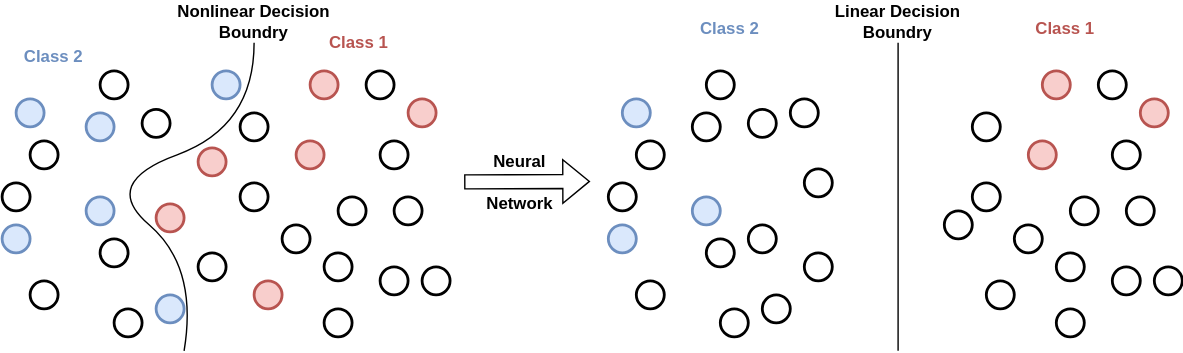
yyhtbs-yye/course_images keeps this draw.io diagram as semi_super_nonlinear_generative_model.svg. Above is the earlier version. Source tidied: cells renumbered, new cells last; positions are measured from the earlier drawing's top-left corner, leaving out a move shared by most shapes. The source it was exported from:
```xml
<mxGraphModel>
  <root>
    <mxCell id="0" />
    <mxCell id="1" parent="0" />
    <mxCell id="2" style="ellipse;whiteSpace=wrap;html=1;fillColor=#dae8fc;strokeColor=#6c8ebf;strokeWidth=2;" parent="1" vertex="1">
      <mxGeometry x="10" y="70" width="20" height="20" as="geometry" />
    </mxCell>
    <mxCell id="3" style="ellipse;whiteSpace=wrap;html=1;strokeWidth=2;fillColor=#dae8fc;strokeColor=#6c8ebf;" parent="1" vertex="1">
      <mxGeometry x="60" y="80" width="20" height="20" as="geometry" />
    </mxCell>
    <mxCell id="4" style="ellipse;whiteSpace=wrap;html=1;strokeWidth=2;" parent="1" vertex="1">
      <mxGeometry y="130" width="20" height="20" as="geometry" />
    </mxCell>
    <mxCell id="5" style="ellipse;whiteSpace=wrap;html=1;fillColor=#dae8fc;strokeColor=#6c8ebf;strokeWidth=2;" parent="1" vertex="1">
      <mxGeometry x="60" y="140" width="20" height="20" as="geometry" />
    </mxCell>
    <mxCell id="6" style="ellipse;whiteSpace=wrap;html=1;strokeWidth=2;" parent="1" vertex="1">
      <mxGeometry x="100" y="77.5" width="20" height="20" as="geometry" />
    </mxCell>
    <mxCell id="7" style="ellipse;whiteSpace=wrap;html=1;fillColor=#dae8fc;strokeColor=#6c8ebf;strokeWidth=2;" parent="1" vertex="1">
      <mxGeometry y="160" width="20" height="20" as="geometry" />
    </mxCell>
    <mxCell id="8" style="ellipse;whiteSpace=wrap;html=1;strokeWidth=2;" parent="1" vertex="1">
      <mxGeometry x="70" y="170" width="20" height="20" as="geometry" />
    </mxCell>
    <mxCell id="9" style="ellipse;whiteSpace=wrap;html=1;strokeWidth=2;fillColor=#f8cecc;strokeColor=#b85450;" parent="1" vertex="1">
      <mxGeometry x="110" y="145" width="20" height="20" as="geometry" />
    </mxCell>
    <mxCell id="10" style="ellipse;whiteSpace=wrap;html=1;strokeWidth=2;" parent="1" vertex="1">
      <mxGeometry x="140" y="180" width="20" height="20" as="geometry" />
    </mxCell>
    <mxCell id="11" style="ellipse;whiteSpace=wrap;html=1;strokeWidth=2;" parent="1" vertex="1">
      <mxGeometry x="20" y="200" width="20" height="20" as="geometry" />
    </mxCell>
    <mxCell id="12" style="ellipse;whiteSpace=wrap;html=1;strokeWidth=2;" parent="1" vertex="1">
      <mxGeometry x="80" y="220" width="20" height="20" as="geometry" />
    </mxCell>
    <mxCell id="13" style="ellipse;whiteSpace=wrap;html=1;strokeWidth=2;fillColor=#dae8fc;strokeColor=#6c8ebf;" parent="1" vertex="1">
      <mxGeometry x="110" y="210" width="20" height="20" as="geometry" />
    </mxCell>
    <mxCell id="14" style="ellipse;whiteSpace=wrap;html=1;strokeWidth=2;fillColor=#dae8fc;strokeColor=#6c8ebf;" parent="1" vertex="1">
      <mxGeometry x="150" y="50" width="20" height="20" as="geometry" />
    </mxCell>
    <mxCell id="15" style="ellipse;whiteSpace=wrap;html=1;strokeWidth=2;" parent="1" vertex="1">
      <mxGeometry x="70" y="50" width="20" height="20" as="geometry" />
    </mxCell>
    <mxCell id="16" style="ellipse;whiteSpace=wrap;html=1;strokeWidth=2;" parent="1" vertex="1">
      <mxGeometry x="20" y="100" width="20" height="20" as="geometry" />
    </mxCell>
    <mxCell id="17" style="ellipse;whiteSpace=wrap;html=1;strokeWidth=2;" parent="1" vertex="1">
      <mxGeometry x="170" y="80" width="20" height="20" as="geometry" />
    </mxCell>
    <mxCell id="18" style="ellipse;whiteSpace=wrap;html=1;fillColor=#f8cecc;strokeColor=#b85450;strokeWidth=2;" parent="1" vertex="1">
      <mxGeometry x="220" y="50" width="20" height="20" as="geometry" />
    </mxCell>
    <mxCell id="19" style="ellipse;whiteSpace=wrap;html=1;strokeWidth=2;" parent="1" vertex="1">
      <mxGeometry x="170" y="130" width="20" height="20" as="geometry" />
    </mxCell>
    <mxCell id="20" style="ellipse;whiteSpace=wrap;html=1;strokeWidth=2;" parent="1" vertex="1">
      <mxGeometry x="240" y="140" width="20" height="20" as="geometry" />
    </mxCell>
    <mxCell id="21" style="ellipse;whiteSpace=wrap;html=1;strokeWidth=2;" parent="1" vertex="1">
      <mxGeometry x="270" y="100" width="20" height="20" as="geometry" />
    </mxCell>
    <mxCell id="22" style="ellipse;whiteSpace=wrap;html=1;strokeWidth=2;" parent="1" vertex="1">
      <mxGeometry x="280" y="140" width="20" height="20" as="geometry" />
    </mxCell>
    <mxCell id="23" style="ellipse;whiteSpace=wrap;html=1;strokeWidth=2;fillColor=#f8cecc;strokeColor=#b85450;" parent="1" vertex="1">
      <mxGeometry x="140" y="105" width="20" height="20" as="geometry" />
    </mxCell>
    <mxCell id="24" style="ellipse;whiteSpace=wrap;html=1;strokeWidth=2;fillColor=#f8cecc;strokeColor=#b85450;" parent="1" vertex="1">
      <mxGeometry x="180" y="200" width="20" height="20" as="geometry" />
    </mxCell>
    <mxCell id="25" style="ellipse;whiteSpace=wrap;html=1;strokeWidth=2;" parent="1" vertex="1">
      <mxGeometry x="230" y="180" width="20" height="20" as="geometry" />
    </mxCell>
    <mxCell id="26" style="ellipse;whiteSpace=wrap;html=1;strokeWidth=2;" parent="1" vertex="1">
      <mxGeometry x="300" y="190" width="20" height="20" as="geometry" />
    </mxCell>
    <mxCell id="27" style="ellipse;whiteSpace=wrap;html=1;strokeWidth=2;" parent="1" vertex="1">
      <mxGeometry x="200" y="160" width="20" height="20" as="geometry" />
    </mxCell>
    <mxCell id="28" style="ellipse;whiteSpace=wrap;html=1;strokeWidth=2;" parent="1" vertex="1">
      <mxGeometry x="230" y="220" width="20" height="20" as="geometry" />
    </mxCell>
    <mxCell id="29" style="ellipse;whiteSpace=wrap;html=1;strokeWidth=2;" parent="1" vertex="1">
      <mxGeometry x="270" y="190" width="20" height="20" as="geometry" />
    </mxCell>
    <mxCell id="30" style="ellipse;whiteSpace=wrap;html=1;fillColor=#f8cecc;strokeColor=#b85450;strokeWidth=2;" parent="1" vertex="1">
      <mxGeometry x="290" y="70" width="20" height="20" as="geometry" />
    </mxCell>
    <mxCell id="31" style="ellipse;whiteSpace=wrap;html=1;strokeWidth=2;" parent="1" vertex="1">
      <mxGeometry x="260" y="50" width="20" height="20" as="geometry" />
    </mxCell>
    <mxCell id="32" style="ellipse;whiteSpace=wrap;html=1;fillColor=#f8cecc;strokeColor=#b85450;strokeWidth=2;" parent="1" vertex="1">
      <mxGeometry x="210" y="100" width="20" height="20" as="geometry" />
    </mxCell>
    <mxCell id="33" value="Class 1" style="text;html=1;strokeColor=none;fillColor=none;align=center;verticalAlign=middle;whiteSpace=wrap;rounded=0;fontColor=#B85450;fontStyle=1;" parent="1" vertex="1">
      <mxGeometry x="225" y="20" width="60" height="20" as="geometry" />
    </mxCell>
    <mxCell id="34" value="Class 2" style="text;html=1;strokeColor=none;fillColor=none;align=center;verticalAlign=middle;whiteSpace=wrap;rounded=0;fontColor=#6C8EBF;fontStyle=1;" parent="1" vertex="1">
      <mxGeometry x="7" y="30" width="60" height="20" as="geometry" />
    </mxCell>
    <mxCell id="35" style="endArrow=none;html=1;curved=1;" parent="1" edge="1">
      <mxGeometry relative="1" as="geometry">
        <mxPoint x="130" y="250" as="sourcePoint" />
        <mxPoint x="180" y="30" as="targetPoint" />
        <Array as="points">
          <mxPoint x="140" y="190" />
          <mxPoint x="70" y="130" />
          <mxPoint x="180" y="90" />
        </Array>
      </mxGeometry>
    </mxCell>
    <mxCell id="36" value="Nonlinear Decision Boundry" style="text;html=1;strokeColor=none;fillColor=none;align=center;verticalAlign=middle;whiteSpace=wrap;rounded=0;fontStyle=1;" parent="1" vertex="1">
      <mxGeometry x="120" width="120" height="30" as="geometry" />
    </mxCell>
    <mxCell id="37" style="shape=flexArrow;endArrow=classic;html=1;rounded=0;" parent="1" edge="1">
      <mxGeometry relative="1" as="geometry">
        <mxPoint x="330" y="129.3" as="sourcePoint" />
        <mxPoint x="420" y="129" as="targetPoint" />
      </mxGeometry>
    </mxCell>
    <mxCell id="38" style="ellipse;whiteSpace=wrap;html=1;fillColor=#dae8fc;strokeColor=#6c8ebf;strokeWidth=2;" parent="1" vertex="1">
      <mxGeometry x="443" y="70" width="20" height="20" as="geometry" />
    </mxCell>
    <mxCell id="39" style="ellipse;whiteSpace=wrap;html=1;strokeWidth=2;" parent="1" vertex="1">
      <mxGeometry x="493" y="80" width="20" height="20" as="geometry" />
    </mxCell>
    <mxCell id="40" style="ellipse;whiteSpace=wrap;html=1;strokeWidth=2;" parent="1" vertex="1">
      <mxGeometry x="433" y="130" width="20" height="20" as="geometry" />
    </mxCell>
    <mxCell id="41" style="ellipse;whiteSpace=wrap;html=1;fillColor=#dae8fc;strokeColor=#6c8ebf;strokeWidth=2;" parent="1" vertex="1">
      <mxGeometry x="493" y="140" width="20" height="20" as="geometry" />
    </mxCell>
    <mxCell id="42" style="ellipse;whiteSpace=wrap;html=1;strokeWidth=2;" parent="1" vertex="1">
      <mxGeometry x="533" y="77.5" width="20" height="20" as="geometry" />
    </mxCell>
    <mxCell id="43" style="ellipse;whiteSpace=wrap;html=1;strokeWidth=2;" parent="1" vertex="1">
      <mxGeometry x="573" y="120" width="20" height="20" as="geometry" />
    </mxCell>
    <mxCell id="44" style="ellipse;whiteSpace=wrap;html=1;fillColor=#dae8fc;strokeColor=#6c8ebf;strokeWidth=2;" parent="1" vertex="1">
      <mxGeometry x="433" y="160" width="20" height="20" as="geometry" />
    </mxCell>
    <mxCell id="45" style="ellipse;whiteSpace=wrap;html=1;strokeWidth=2;" parent="1" vertex="1">
      <mxGeometry x="503" y="170" width="20" height="20" as="geometry" />
    </mxCell>
    <mxCell id="46" style="ellipse;whiteSpace=wrap;html=1;strokeWidth=2;" parent="1" vertex="1">
      <mxGeometry x="533" y="160" width="20" height="20" as="geometry" />
    </mxCell>
    <mxCell id="47" style="ellipse;whiteSpace=wrap;html=1;strokeWidth=2;" parent="1" vertex="1">
      <mxGeometry x="573" y="180" width="20" height="20" as="geometry" />
    </mxCell>
    <mxCell id="48" style="ellipse;whiteSpace=wrap;html=1;strokeWidth=2;" parent="1" vertex="1">
      <mxGeometry x="453" y="200" width="20" height="20" as="geometry" />
    </mxCell>
    <mxCell id="49" style="ellipse;whiteSpace=wrap;html=1;strokeWidth=2;" parent="1" vertex="1">
      <mxGeometry x="513" y="220" width="20" height="20" as="geometry" />
    </mxCell>
    <mxCell id="50" style="ellipse;whiteSpace=wrap;html=1;strokeWidth=2;" parent="1" vertex="1">
      <mxGeometry x="543" y="210" width="20" height="20" as="geometry" />
    </mxCell>
    <mxCell id="51" style="ellipse;whiteSpace=wrap;html=1;strokeWidth=2;" parent="1" vertex="1">
      <mxGeometry x="563" y="70" width="20" height="20" as="geometry" />
    </mxCell>
    <mxCell id="52" style="ellipse;whiteSpace=wrap;html=1;strokeWidth=2;" parent="1" vertex="1">
      <mxGeometry x="503" y="50" width="20" height="20" as="geometry" />
    </mxCell>
    <mxCell id="53" style="ellipse;whiteSpace=wrap;html=1;strokeWidth=2;" parent="1" vertex="1">
      <mxGeometry x="453" y="100" width="20" height="20" as="geometry" />
    </mxCell>
    <mxCell id="54" style="ellipse;whiteSpace=wrap;html=1;strokeWidth=2;" parent="1" vertex="1">
      <mxGeometry x="693" y="80" width="20" height="20" as="geometry" />
    </mxCell>
    <mxCell id="55" style="ellipse;whiteSpace=wrap;html=1;fillColor=#f8cecc;strokeColor=#b85450;strokeWidth=2;" parent="1" vertex="1">
      <mxGeometry x="743" y="50" width="20" height="20" as="geometry" />
    </mxCell>
    <mxCell id="56" style="ellipse;whiteSpace=wrap;html=1;strokeWidth=2;" parent="1" vertex="1">
      <mxGeometry x="693" y="130" width="20" height="20" as="geometry" />
    </mxCell>
    <mxCell id="57" style="ellipse;whiteSpace=wrap;html=1;strokeWidth=2;" parent="1" vertex="1">
      <mxGeometry x="763" y="140" width="20" height="20" as="geometry" />
    </mxCell>
    <mxCell id="58" style="ellipse;whiteSpace=wrap;html=1;strokeWidth=2;" parent="1" vertex="1">
      <mxGeometry x="793" y="100" width="20" height="20" as="geometry" />
    </mxCell>
    <mxCell id="59" style="ellipse;whiteSpace=wrap;html=1;strokeWidth=2;" parent="1" vertex="1">
      <mxGeometry x="803" y="140" width="20" height="20" as="geometry" />
    </mxCell>
    <mxCell id="60" style="ellipse;whiteSpace=wrap;html=1;strokeWidth=2;" parent="1" vertex="1">
      <mxGeometry x="673" y="150" width="20" height="20" as="geometry" />
    </mxCell>
    <mxCell id="61" style="ellipse;whiteSpace=wrap;html=1;strokeWidth=2;" parent="1" vertex="1">
      <mxGeometry x="703" y="200" width="20" height="20" as="geometry" />
    </mxCell>
    <mxCell id="62" style="ellipse;whiteSpace=wrap;html=1;strokeWidth=2;" parent="1" vertex="1">
      <mxGeometry x="753" y="180" width="20" height="20" as="geometry" />
    </mxCell>
    <mxCell id="63" style="ellipse;whiteSpace=wrap;html=1;strokeWidth=2;" parent="1" vertex="1">
      <mxGeometry x="823" y="190" width="20" height="20" as="geometry" />
    </mxCell>
    <mxCell id="64" style="ellipse;whiteSpace=wrap;html=1;strokeWidth=2;" parent="1" vertex="1">
      <mxGeometry x="723" y="160" width="20" height="20" as="geometry" />
    </mxCell>
    <mxCell id="65" style="ellipse;whiteSpace=wrap;html=1;strokeWidth=2;" parent="1" vertex="1">
      <mxGeometry x="753" y="220" width="20" height="20" as="geometry" />
    </mxCell>
    <mxCell id="66" style="ellipse;whiteSpace=wrap;html=1;strokeWidth=2;" parent="1" vertex="1">
      <mxGeometry x="793" y="190" width="20" height="20" as="geometry" />
    </mxCell>
    <mxCell id="67" style="ellipse;whiteSpace=wrap;html=1;fillColor=#f8cecc;strokeColor=#b85450;strokeWidth=2;" parent="1" vertex="1">
      <mxGeometry x="813" y="70" width="20" height="20" as="geometry" />
    </mxCell>
    <mxCell id="68" style="ellipse;whiteSpace=wrap;html=1;strokeWidth=2;" parent="1" vertex="1">
      <mxGeometry x="783" y="50" width="20" height="20" as="geometry" />
    </mxCell>
    <mxCell id="69" style="ellipse;whiteSpace=wrap;html=1;fillColor=#f8cecc;strokeColor=#b85450;strokeWidth=2;" parent="1" vertex="1">
      <mxGeometry x="733" y="100" width="20" height="20" as="geometry" />
    </mxCell>
    <mxCell id="70" style="endArrow=none;html=1;rounded=0;fillColor=#d5e8d4;strokeColor=default;strokeWidth=1;entryX=0.5;entryY=1;entryDx=0;entryDy=0;" parent="1" edge="1" target="75">
      <mxGeometry relative="1" as="geometry">
        <mxPoint x="640" y="250" as="sourcePoint" />
      </mxGeometry>
    </mxCell>
    <mxCell id="71" value="Class 1" style="text;html=1;strokeColor=none;fillColor=none;align=center;verticalAlign=middle;whiteSpace=wrap;rounded=0;fontColor=#B85450;fontStyle=1;" parent="1" vertex="1">
      <mxGeometry x="719" y="10" width="81" height="20" as="geometry" />
    </mxCell>
    <mxCell id="72" value="Class 2" style="text;html=1;strokeColor=none;fillColor=none;align=center;verticalAlign=middle;whiteSpace=wrap;rounded=0;fontColor=#6C8EBF;fontStyle=1;" parent="1" vertex="1">
      <mxGeometry x="480" y="10" width="80" height="20" as="geometry" />
    </mxCell>
    <mxCell id="73" value="Neural" style="text;html=1;strokeColor=none;fillColor=none;align=center;verticalAlign=middle;whiteSpace=wrap;rounded=0;fontStyle=1;" parent="1" vertex="1">
      <mxGeometry x="320" y="100" width="100" height="30" as="geometry" />
    </mxCell>
    <mxCell id="74" value="Network" style="text;html=1;strokeColor=none;fillColor=none;align=center;verticalAlign=middle;whiteSpace=wrap;rounded=0;fontStyle=1;" parent="1" vertex="1">
      <mxGeometry x="320" y="130" width="100" height="30" as="geometry" />
    </mxCell>
    <mxCell id="75" value="Linear Decision Boundry" style="text;html=1;strokeColor=none;fillColor=none;align=center;verticalAlign=middle;whiteSpace=wrap;rounded=0;fontStyle=1;" parent="1" vertex="1">
      <mxGeometry x="580" width="120" height="30" as="geometry" />
    </mxCell>
  </root>
</mxGraphModel>
```
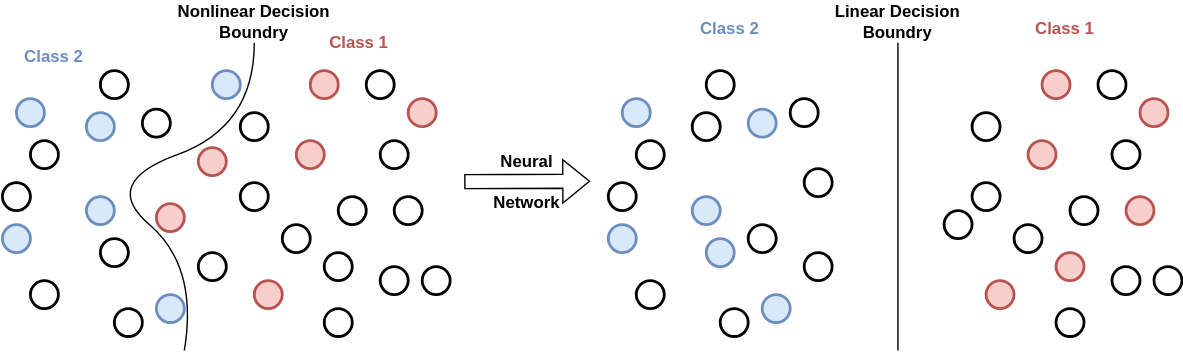
The same diagram one commit later.

Change to the diagram source:
```diff
@@ -133,7 +133,7 @@
     <mxCell id="41" style="ellipse;whiteSpace=wrap;html=1;fillColor=#dae8fc;strokeColor=#6c8ebf;strokeWidth=2;" parent="1" vertex="1">
       <mxGeometry x="493" y="140" width="20" height="20" as="geometry" />
     </mxCell>
-    <mxCell id="42" style="ellipse;whiteSpace=wrap;html=1;strokeWidth=2;" parent="1" vertex="1">
+    <mxCell id="42" style="ellipse;whiteSpace=wrap;html=1;strokeWidth=2;fillColor=#dae8fc;strokeColor=#6c8ebf;" parent="1" vertex="1">
       <mxGeometry x="533" y="77.5" width="20" height="20" as="geometry" />
     </mxCell>
     <mxCell id="43" style="ellipse;whiteSpace=wrap;html=1;strokeWidth=2;" parent="1" vertex="1">
@@ -142,7 +142,7 @@
     <mxCell id="44" style="ellipse;whiteSpace=wrap;html=1;fillColor=#dae8fc;strokeColor=#6c8ebf;strokeWidth=2;" parent="1" vertex="1">
       <mxGeometry x="433" y="160" width="20" height="20" as="geometry" />
     </mxCell>
-    <mxCell id="45" style="ellipse;whiteSpace=wrap;html=1;strokeWidth=2;" parent="1" vertex="1">
+    <mxCell id="45" style="ellipse;whiteSpace=wrap;html=1;strokeWidth=2;fillColor=#dae8fc;strokeColor=#6c8ebf;" parent="1" vertex="1">
       <mxGeometry x="503" y="170" width="20" height="20" as="geometry" />
     </mxCell>
     <mxCell id="46" style="ellipse;whiteSpace=wrap;html=1;strokeWidth=2;" parent="1" vertex="1">
@@ -157,7 +157,7 @@
     <mxCell id="49" style="ellipse;whiteSpace=wrap;html=1;strokeWidth=2;" parent="1" vertex="1">
       <mxGeometry x="513" y="220" width="20" height="20" as="geometry" />
     </mxCell>
-    <mxCell id="50" style="ellipse;whiteSpace=wrap;html=1;strokeWidth=2;" parent="1" vertex="1">
+    <mxCell id="50" style="ellipse;whiteSpace=wrap;html=1;strokeWidth=2;fillColor=#dae8fc;strokeColor=#6c8ebf;" parent="1" vertex="1">
       <mxGeometry x="543" y="210" width="20" height="20" as="geometry" />
     </mxCell>
     <mxCell id="51" style="ellipse;whiteSpace=wrap;html=1;strokeWidth=2;" parent="1" vertex="1">
@@ -184,16 +184,16 @@
     <mxCell id="58" style="ellipse;whiteSpace=wrap;html=1;strokeWidth=2;" parent="1" vertex="1">
       <mxGeometry x="793" y="100" width="20" height="20" as="geometry" />
     </mxCell>
-    <mxCell id="59" style="ellipse;whiteSpace=wrap;html=1;strokeWidth=2;" parent="1" vertex="1">
+    <mxCell id="59" style="ellipse;whiteSpace=wrap;html=1;strokeWidth=2;fillColor=#f8cecc;strokeColor=#b85450;" parent="1" vertex="1">
       <mxGeometry x="803" y="140" width="20" height="20" as="geometry" />
     </mxCell>
     <mxCell id="60" style="ellipse;whiteSpace=wrap;html=1;strokeWidth=2;" parent="1" vertex="1">
       <mxGeometry x="673" y="150" width="20" height="20" as="geometry" />
     </mxCell>
-    <mxCell id="61" style="ellipse;whiteSpace=wrap;html=1;strokeWidth=2;" parent="1" vertex="1">
+    <mxCell id="61" style="ellipse;whiteSpace=wrap;html=1;strokeWidth=2;fillColor=#f8cecc;strokeColor=#b85450;" parent="1" vertex="1">
       <mxGeometry x="703" y="200" width="20" height="20" as="geometry" />
     </mxCell>
-    <mxCell id="62" style="ellipse;whiteSpace=wrap;html=1;strokeWidth=2;" parent="1" vertex="1">
+    <mxCell id="62" style="ellipse;whiteSpace=wrap;html=1;strokeWidth=2;fillColor=#f8cecc;strokeColor=#b85450;" parent="1" vertex="1">
       <mxGeometry x="753" y="180" width="20" height="20" as="geometry" />
     </mxCell>
     <mxCell id="63" style="ellipse;whiteSpace=wrap;html=1;strokeWidth=2;" parent="1" vertex="1">
@@ -229,10 +229,10 @@
       <mxGeometry x="480" y="10" width="80" height="20" as="geometry" />
     </mxCell>
     <mxCell id="73" value="Neural" style="text;html=1;strokeColor=none;fillColor=none;align=center;verticalAlign=middle;whiteSpace=wrap;rounded=0;fontStyle=1;" parent="1" vertex="1">
-      <mxGeometry x="320" y="100" width="100" height="30" as="geometry" />
+      <mxGeometry x="350" y="100" width="50" height="30" as="geometry" />
     </mxCell>
     <mxCell id="74" value="Network" style="text;html=1;strokeColor=none;fillColor=none;align=center;verticalAlign=middle;whiteSpace=wrap;rounded=0;fontStyle=1;" parent="1" vertex="1">
-      <mxGeometry x="320" y="130" width="100" height="30" as="geometry" />
+      <mxGeometry x="350" y="130" width="50" height="30" as="geometry" />
     </mxCell>
     <mxCell id="75" value="Linear Decision Boundry" style="text;html=1;strokeColor=none;fillColor=none;align=center;verticalAlign=middle;whiteSpace=wrap;rounded=0;fontStyle=1;" parent="1" vertex="1">
       <mxGeometry x="580" width="120" height="30" as="geometry" />
```
